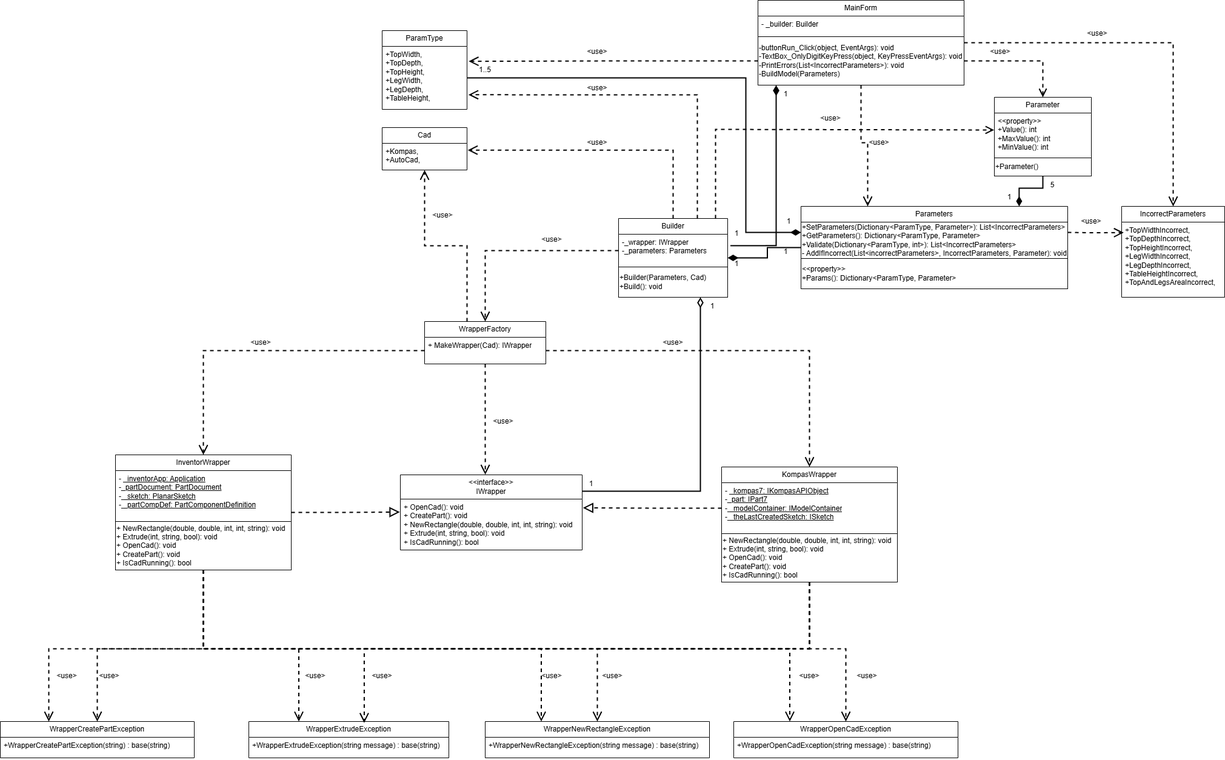
Before: docs/ПЗ_ДК.png, a diagram exported from draw.io (isaacparson/kompas_table_plugin). Source tidied: cells renumbered, new cells last; positions are measured from the earlier drawing's top-left corner, leaving out a move shared by most shapes.
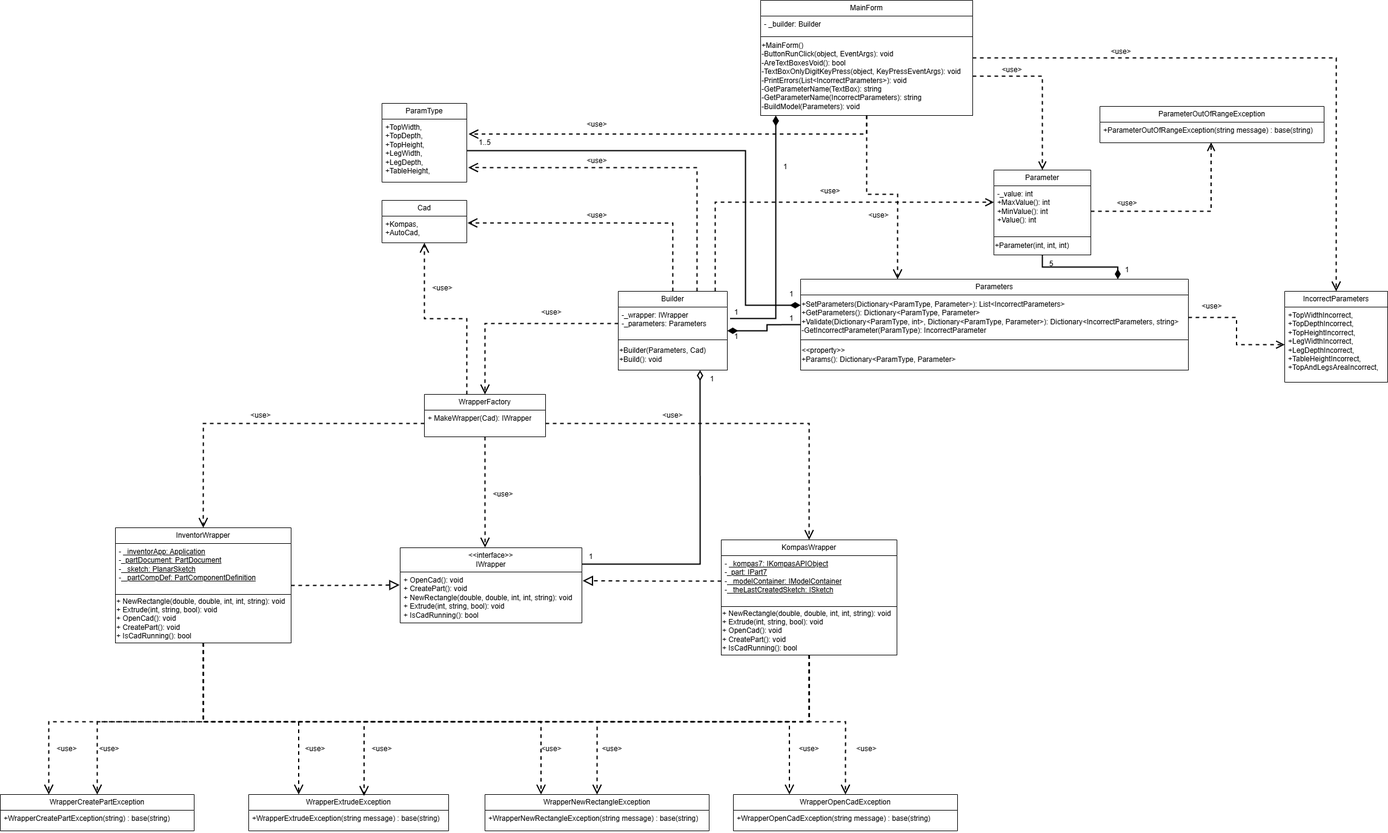
The same file after the commit.

Diff of the diagram source:
```diff
@@ -3,13 +3,13 @@
     <mxCell id="0" />
     <mxCell id="1" parent="0" />
     <mxCell id="2" value="Parameters" style="swimlane;fontStyle=0;horizontal=1;startSize=26;fillColor=none;whiteSpace=wrap;html=1;" parent="1" vertex="1">
-      <mxGeometry x="1321" y="340" width="440" height="136" as="geometry" />
+      <mxGeometry x="1321" y="340" width="640" height="150" as="geometry" />
     </mxCell>
-    <mxCell id="3" value="+SetParameters(Dictionary&amp;lt;ParamType, Parameter&amp;gt;):&amp;nbsp;List&amp;lt;IncorrectParameters&amp;gt;&amp;nbsp;&lt;div&gt;+GetParameters():&amp;nbsp;Dictionary&amp;lt;ParamType, Parameter&amp;gt;&lt;/div&gt;&lt;div&gt;+Validate(Dictionary&amp;lt;ParamType, int&amp;gt;):&amp;nbsp;List&amp;lt;IncorrectParameters&amp;gt;&lt;br&gt;- AddIfIncorrect(List&amp;lt;incorrectParameters&amp;gt;, IncorrectParameters, Parameter): void&lt;/div&gt;" style="html=1;whiteSpace=wrap;align=left;" parent="2" vertex="1">
-      <mxGeometry y="26" width="440" height="60" as="geometry" />
+    <mxCell id="3" value="+SetParameters(Dictionary&amp;lt;ParamType, Parameter&amp;gt;):&amp;nbsp;List&amp;lt;IncorrectParameters&amp;gt;&amp;nbsp;&lt;div&gt;+GetParameters():&amp;nbsp;Dictionary&amp;lt;ParamType, Parameter&amp;gt;&lt;/div&gt;&lt;div&gt;+Validate(&lt;span style=&quot;background-color: transparent;&quot;&gt;Dictionary&amp;lt;ParamType, int&amp;gt;,&amp;nbsp;&lt;/span&gt;&lt;span style=&quot;background-color: transparent;&quot;&gt;Dictionary&amp;lt;ParamType, Parameter&amp;gt;&lt;/span&gt;):&amp;nbsp;Dictionary&amp;lt;IncorrectParameters, string&amp;gt;&lt;br&gt;-GetIncorrectParameter(ParamType): IncorrectParameter&lt;/div&gt;" style="html=1;whiteSpace=wrap;align=left;" parent="2" vertex="1">
+      <mxGeometry y="26" width="640" height="74" as="geometry" />
     </mxCell>
     <mxCell id="4" value="&amp;lt;&amp;lt;property&amp;gt;&amp;gt;&lt;div&gt;+Params():&amp;nbsp;Dictionary&amp;lt;ParamType, Parameter&amp;gt;&lt;/div&gt;" style="html=1;whiteSpace=wrap;align=left;" parent="2" vertex="1">
-      <mxGeometry y="86" width="440" height="50" as="geometry" />
+      <mxGeometry y="100" width="640" height="50" as="geometry" />
     </mxCell>
     <mxCell id="5" value="ParamType" style="swimlane;fontStyle=0;horizontal=1;startSize=26;fillColor=none;whiteSpace=wrap;html=1;" parent="1" vertex="1">
       <mxGeometry x="630" y="50" width="140" height="130" as="geometry" />
@@ -21,19 +21,20 @@
       <mxGeometry relative="1" as="geometry" />
     </mxCell>
     <mxCell id="8" value="MainForm" style="swimlane;fontStyle=0;horizontal=1;startSize=26;fillColor=none;whiteSpace=wrap;html=1;" parent="1" vertex="1">
-      <mxGeometry x="1250" width="340" height="140" as="geometry" />
+      <mxGeometry x="1255" y="-120" width="350" height="190" as="geometry" />
     </mxCell>
     <mxCell id="9" value="- _builder: Builder&lt;div&gt;&lt;br&gt;&lt;/div&gt;" style="text;strokeColor=none;fillColor=none;align=left;verticalAlign=top;spacingLeft=4;spacingRight=4;overflow=hidden;whiteSpace=wrap;html=1;" parent="8" vertex="1">
-      <mxGeometry y="26" width="340" height="34" as="geometry" />
+      <mxGeometry y="26" width="350" height="34" as="geometry" />
     </mxCell>
-    <mxCell id="10" value="-buttonRun_Click(object, EventArgs): void&lt;div&gt;-TextBox_OnlyDigitKeyPress(object, KeyPressEventArgs): void&lt;/div&gt;&lt;div&gt;-PrintErrors(List&amp;lt;IncorrectParameters&amp;gt;): void&lt;/div&gt;&lt;div&gt;-BuildModel(Parameters)&lt;/div&gt;" style="html=1;whiteSpace=wrap;align=left;" parent="8" vertex="1">
-      <mxGeometry y="60" width="340" height="80" as="geometry" />
+    <mxCell id="10" value="&lt;div&gt;+MainForm()&lt;/div&gt;-ButtonRunClick(object, EventArgs): void&lt;div&gt;-AreTextBoxesVoid(): bool&lt;br&gt;&lt;div&gt;-TextBoxOnlyDigitKeyPress(object, KeyPressEventArgs): void&lt;/div&gt;&lt;div&gt;-PrintErrors(List&amp;lt;IncorrectParameters&amp;gt;): void&lt;/div&gt;&lt;div&gt;-GetParameterName(TextBox): string&lt;/div&gt;&lt;div&gt;-GetParameterName(IncorrectParameters): string&lt;/div&gt;&lt;div&gt;-BuildModel(Parameters): void&lt;/div&gt;&lt;/div&gt;" style="html=1;whiteSpace=wrap;align=left;" parent="8" vertex="1">
+      <mxGeometry y="60" width="350" height="130" as="geometry" />
     </mxCell>
     <mxCell id="11" style="edgeStyle=orthogonalEdgeStyle;rounded=0;jettySize=auto;html=1;entryX=0;entryY=0.5;entryDx=0;entryDy=0;strokeWidth=2;endArrow=none;endFill=0;endSize=12;startArrow=diamondThin;startFill=1;targetPerimeterSpacing=12;sourcePerimeterSpacing=0;startSize=12;" parent="1" edge="1" source="13" target="2">
       <mxGeometry relative="1" as="geometry" />
     </mxCell>
-    <mxCell id="12" style="edgeStyle=orthogonalEdgeStyle;rounded=0;jettySize=auto;html=1;strokeWidth=2;dashed=1;endSize=10;endArrow=open;endFill=0;entryX=-0.003;entryY=0.378;entryDx=0;entryDy=0;entryPerimeter=0;" parent="1" edge="1" source="13" target="89">
+    <mxCell id="12" style="edgeStyle=orthogonalEdgeStyle;rounded=0;jettySize=auto;html=1;strokeWidth=2;dashed=1;endSize=10;endArrow=open;endFill=0;" parent="1" edge="1" source="13">
       <mxGeometry relative="1" as="geometry">
+        <mxPoint x="1640" y="213" as="targetPoint" />
         <Array as="points">
           <mxPoint x="1180" y="213" />
           <mxPoint x="1640" y="213" />
@@ -222,16 +223,11 @@
       <mxGeometry relative="1" as="geometry" />
     </mxCell>
     <mxCell id="55" value="IncorrectParameters" style="swimlane;fontStyle=0;horizontal=1;startSize=26;fillColor=none;whiteSpace=wrap;html=1;" parent="1" vertex="1">
-      <mxGeometry x="1850" y="340" width="170" height="150" as="geometry" />
+      <mxGeometry x="2120" y="360" width="170" height="150" as="geometry" />
     </mxCell>
     <mxCell id="56" value="&lt;div&gt;+TopWidthIncorrect,&lt;/div&gt;&lt;div&gt;+TopDepthIncorrect,&lt;/div&gt;&lt;div&gt;+TopHeightIncorrect,&lt;/div&gt;&lt;div&gt;+LegWidthIncorrect,&lt;/div&gt;&lt;div&gt;+LegDepthIncorrect,&lt;span style=&quot;background-color: initial;&quot;&gt;&amp;nbsp; &amp;nbsp; &amp;nbsp; +TableHeightIncorrect,&lt;/span&gt;&lt;span style=&quot;background-color: initial;&quot;&gt;&amp;nbsp; +TopAndLegsAreaIncorrect,&lt;/span&gt;&lt;/div&gt;" style="text;strokeColor=none;fillColor=none;align=left;verticalAlign=top;spacingLeft=4;spacingRight=4;overflow=hidden;points=[[0,0.5],[1,0.5]];portConstraint=eastwest;whiteSpace=wrap;html=1;" parent="55" vertex="1">
       <mxGeometry y="26" width="170" height="124" as="geometry" />
     </mxCell>
-    <mxCell id="57" style="edgeStyle=orthogonalEdgeStyle;rounded=0;jettySize=auto;html=1;entryX=0.02;entryY=0.14;entryDx=0;entryDy=0;entryPerimeter=0;dashed=1;strokeWidth=2;endArrow=open;endFill=0;endSize=12;" parent="1" edge="1" target="56">
-      <mxGeometry relative="1" as="geometry">
-        <mxPoint x="1761" y="383" as="sourcePoint" />
-      </mxGeometry>
-    </mxCell>
     <mxCell id="58" value="&amp;lt;use&amp;gt;" style="text;html=1;align=center;verticalAlign=middle;whiteSpace=wrap;rounded=0;" parent="1" vertex="1">
       <mxGeometry x="1080" y="550" width="60" height="30" as="geometry" />
     </mxCell>
@@ -281,7 +277,7 @@
       <mxGeometry x="80" y="1100" width="60" height="30" as="geometry" />
     </mxCell>
     <mxCell id="74" value="&amp;lt;use&amp;gt;" style="text;html=1;align=center;verticalAlign=middle;whiteSpace=wrap;rounded=0;" parent="1" vertex="1">
-      <mxGeometry x="1770" y="350" width="60" height="30" as="geometry" />
+      <mxGeometry x="1970" y="370" width="60" height="30" as="geometry" />
     </mxCell>
     <mxCell id="75" style="edgeStyle=orthogonalEdgeStyle;rounded=0;jettySize=auto;html=1;entryX=1.025;entryY=0.349;entryDx=0;entryDy=0;entryPerimeter=0;strokeWidth=2;endArrow=none;endFill=0;endSize=12;startArrow=diamondThin;startFill=1;startSize=12;" parent="1" edge="1" source="8" target="14">
       <mxGeometry relative="1" as="geometry">
@@ -291,10 +287,10 @@
       </mxGeometry>
     </mxCell>
     <mxCell id="76" value="1" style="text;html=1;align=center;verticalAlign=middle;whiteSpace=wrap;rounded=0;" parent="1" vertex="1">
-      <mxGeometry x="1190" y="370" width="50" height="30" as="geometry" />
+      <mxGeometry x="1190" y="380" width="50" height="30" as="geometry" />
     </mxCell>
     <mxCell id="77" value="1" style="text;html=1;align=center;verticalAlign=middle;whiteSpace=wrap;rounded=0;" parent="1" vertex="1">
-      <mxGeometry x="1271" y="400" width="50" height="30" as="geometry" />
+      <mxGeometry x="1281" y="390" width="50" height="30" as="geometry" />
     </mxCell>
     <mxCell id="78" value="1" style="text;html=1;align=center;verticalAlign=middle;whiteSpace=wrap;rounded=0;" parent="1" vertex="1">
       <mxGeometry x="1150" y="490" width="50" height="30" as="geometry" />
@@ -309,7 +305,7 @@
       <mxGeometry x="1190" y="420" width="50" height="30" as="geometry" />
     </mxCell>
     <mxCell id="82" value="&amp;lt;use&amp;gt;" style="text;html=1;align=center;verticalAlign=middle;whiteSpace=wrap;rounded=0;" parent="1" vertex="1">
-      <mxGeometry x="1780" y="40" width="60" height="30" as="geometry" />
+      <mxGeometry x="1820" y="-50" width="60" height="30" as="geometry" />
     </mxCell>
     <mxCell id="83" style="edgeStyle=orthogonalEdgeStyle;rounded=0;jettySize=auto;html=1;entryX=0.467;entryY=-0.003;entryDx=0;entryDy=0;entryPerimeter=0;dashed=1;endArrow=open;endFill=0;strokeWidth=2;endSize=12;" parent="1" edge="1" source="19" target="21">
       <mxGeometry relative="1" as="geometry" />
@@ -327,19 +323,19 @@
       </mxGeometry>
     </mxCell>
     <mxCell id="86" value="1" style="text;html=1;align=center;verticalAlign=middle;whiteSpace=wrap;rounded=0;" parent="1" vertex="1">
-      <mxGeometry x="1271" y="350" width="60" height="30" as="geometry" />
+      <mxGeometry x="1276" y="350" width="60" height="30" as="geometry" />
     </mxCell>
     <mxCell id="87" value="1..5" style="text;html=1;align=center;verticalAlign=middle;whiteSpace=wrap;rounded=0;" parent="1" vertex="1">
       <mxGeometry x="770" y="100" width="60" height="30" as="geometry" />
     </mxCell>
     <mxCell id="88" value="Parameter" style="swimlane;fontStyle=0;horizontal=1;startSize=26;fillColor=none;whiteSpace=wrap;html=1;" parent="1" vertex="1">
-      <mxGeometry x="1640" y="160" width="160" height="130" as="geometry" />
+      <mxGeometry x="1640" y="160" width="160" height="140" as="geometry" />
     </mxCell>
-    <mxCell id="89" value="&lt;div&gt;&amp;lt;&amp;lt;property&amp;gt;&amp;gt;&lt;/div&gt;+Value(): int&lt;div&gt;+MaxValue(): int&lt;/div&gt;&lt;div&gt;+MinValue(): int&lt;/div&gt;" style="text;strokeColor=none;fillColor=none;align=left;verticalAlign=top;spacingLeft=4;spacingRight=4;overflow=hidden;points=[[0,0.5],[1,0.5]];portConstraint=eastwest;whiteSpace=wrap;html=1;" parent="88" vertex="1">
-      <mxGeometry y="26" width="160" height="74" as="geometry" />
+    <mxCell id="89" value="&lt;div&gt;&lt;span style=&quot;background-color: transparent; color: light-dark(rgb(0, 0, 0), rgb(255, 255, 255));&quot;&gt;-_value: int&lt;/span&gt;&lt;/div&gt;&lt;div&gt;+MaxValue(): int&lt;/div&gt;&lt;div&gt;&lt;span style=&quot;background-color: transparent; color: light-dark(rgb(0, 0, 0), rgb(255, 255, 255));&quot;&gt;+MinValue(): int&lt;/span&gt;&lt;/div&gt;&lt;div&gt;&lt;span style=&quot;background-color: transparent; color: light-dark(rgb(0, 0, 0), rgb(255, 255, 255));&quot;&gt;+Value(): int&lt;/span&gt;&lt;/div&gt;" style="text;strokeColor=none;fillColor=none;align=left;verticalAlign=top;spacingLeft=4;spacingRight=4;overflow=hidden;points=[[0,0.5],[1,0.5]];portConstraint=eastwest;whiteSpace=wrap;html=1;" parent="88" vertex="1">
+      <mxGeometry y="26" width="160" height="84" as="geometry" />
     </mxCell>
-    <mxCell id="90" value="+Parameter()" style="html=1;whiteSpace=wrap;align=left;" parent="88" vertex="1">
-      <mxGeometry y="100" width="160" height="30" as="geometry" />
+    <mxCell id="90" value="+Parameter(int, int, int)" style="html=1;whiteSpace=wrap;align=left;" parent="88" vertex="1">
+      <mxGeometry y="110" width="160" height="30" as="geometry" />
     </mxCell>
     <mxCell id="91" style="edgeStyle=orthogonalEdgeStyle;rounded=0;jettySize=auto;html=1;entryX=0.818;entryY=0;entryDx=0;entryDy=0;entryPerimeter=0;strokeWidth=2;endArrow=diamondThin;endFill=1;endSize=11;" parent="1" edge="1" source="90" target="2">
       <mxGeometry relative="1" as="geometry" />
@@ -348,16 +344,31 @@
       <mxGeometry relative="1" as="geometry" />
     </mxCell>
     <mxCell id="93" value="&amp;lt;use&amp;gt;" style="text;html=1;align=center;verticalAlign=middle;whiteSpace=wrap;rounded=0;" parent="1" vertex="1">
-      <mxGeometry x="1620" y="70" width="60" height="30" as="geometry" />
+      <mxGeometry x="1640" y="-20" width="60" height="30" as="geometry" />
     </mxCell>
     <mxCell id="94" value="&amp;lt;use&amp;gt;" style="text;html=1;align=center;verticalAlign=middle;whiteSpace=wrap;rounded=0;" parent="1" vertex="1">
       <mxGeometry x="1340" y="180" width="60" height="30" as="geometry" />
     </mxCell>
     <mxCell id="95" value="1" style="text;html=1;align=center;verticalAlign=middle;whiteSpace=wrap;rounded=0;" parent="1" vertex="1">
-      <mxGeometry x="1640" y="310" width="50" height="30" as="geometry" />
+      <mxGeometry x="1835" y="310" width="50" height="30" as="geometry" />
     </mxCell>
     <mxCell id="96" value="5" style="text;html=1;align=center;verticalAlign=middle;whiteSpace=wrap;rounded=0;" parent="1" vertex="1">
-      <mxGeometry x="1711" y="290" width="50" height="30" as="geometry" />
+      <mxGeometry x="1710" y="300" width="50" height="30" as="geometry" />
     </mxCell>
+    <mxCell id="97" value="ParameterOutOfRangeException" style="swimlane;fontStyle=0;horizontal=1;startSize=26;fillColor=none;whiteSpace=wrap;html=1;" parent="1" vertex="1">
+      <mxGeometry x="1815" y="55" width="370" height="60" as="geometry" />
+    </mxCell>
+    <mxCell id="98" value="+ParameterOutOfRangeException(string message) : base(string)" style="text;strokeColor=none;fillColor=none;align=left;verticalAlign=top;spacingLeft=4;spacingRight=4;overflow=hidden;points=[[0,0.5],[1,0.5]];portConstraint=eastwest;whiteSpace=wrap;html=1;" parent="97" vertex="1">
+      <mxGeometry y="26" width="370" height="34" as="geometry" />
+    </mxCell>
+    <mxCell id="99" style="edgeStyle=orthogonalEdgeStyle;rounded=0;jettySize=auto;html=1;entryX=0.496;entryY=0.984;entryDx=0;entryDy=0;strokeWidth=2;dashed=1;endSize=10;endArrow=open;endFill=0;entryPerimeter=0;" parent="1" edge="1" source="89" target="98">
+      <mxGeometry relative="1" as="geometry" />
+    </mxCell>
+    <mxCell id="100" value="&amp;lt;use&amp;gt;" style="text;html=1;align=center;verticalAlign=middle;whiteSpace=wrap;rounded=0;" parent="1" vertex="1">
+      <mxGeometry x="1830" y="200" width="60" height="30" as="geometry" />
+    </mxCell>
+    <mxCell id="101" style="edgeStyle=orthogonalEdgeStyle;rounded=0;jettySize=auto;html=1;dashed=1;strokeWidth=2;endArrow=open;endFill=0;endSize=10;" parent="1" edge="1" source="3" target="56">
+      <mxGeometry relative="1" as="geometry" />
+    </mxCell>
   </root>
 </mxGraphModel>
```
